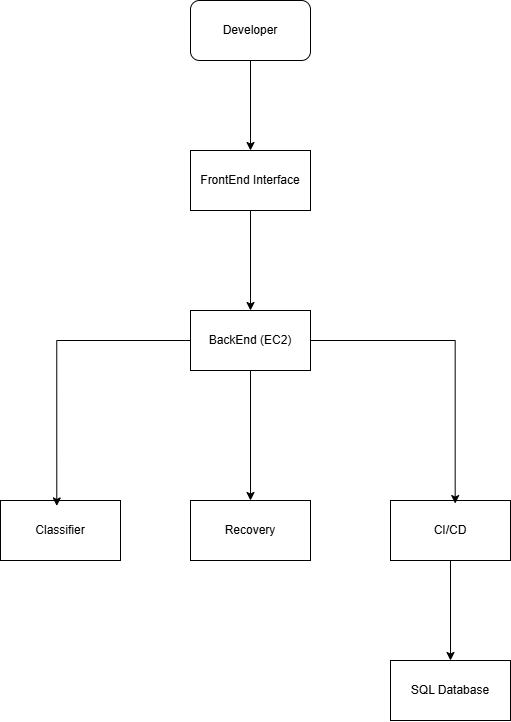
Above: Interaction_Diagram.png in Deepu2503S/-Resilient_CI---CI-CD-Pipeline-Automation-with-Intelligent-Failure-Recovery- (draw.io), before the change. Source tidied: cells renumbered, new cells last; positions are measured from the earlier drawing's top-left corner, leaving out a move shared by most shapes. The source it was exported from:
```xml
<mxGraphModel>
  <root>
    <mxCell id="0" />
    <mxCell id="1" parent="0" />
    <mxCell id="2" style="edgeStyle=orthogonalEdgeStyle;rounded=0;jettySize=auto;html=1;entryX=0.5;entryY=0;entryDx=0;entryDy=0;" parent="1" edge="1" source="3" target="5">
      <mxGeometry relative="1" as="geometry" />
    </mxCell>
    <mxCell id="3" value="Developer" style="rounded=1;whiteSpace=wrap;html=1;" parent="1" vertex="1">
      <mxGeometry x="190" width="120" height="60" as="geometry" />
    </mxCell>
    <mxCell id="4" style="edgeStyle=orthogonalEdgeStyle;rounded=0;jettySize=auto;html=1;" parent="1" edge="1" source="5" target="7">
      <mxGeometry relative="1" as="geometry" />
    </mxCell>
    <mxCell id="5" value="FrontEnd Interface" style="rounded=0;whiteSpace=wrap;html=1;" parent="1" vertex="1">
      <mxGeometry x="190" y="150" width="120" height="60" as="geometry" />
    </mxCell>
    <mxCell id="6" style="edgeStyle=orthogonalEdgeStyle;rounded=0;jettySize=auto;html=1;entryX=0.5;entryY=0;entryDx=0;entryDy=0;" parent="1" edge="1" source="7" target="11">
      <mxGeometry relative="1" as="geometry" />
    </mxCell>
    <mxCell id="7" value="BackEnd (EC2)" style="rounded=0;whiteSpace=wrap;html=1;" parent="1" vertex="1">
      <mxGeometry x="190" y="310" width="120" height="60" as="geometry" />
    </mxCell>
    <mxCell id="8" style="edgeStyle=orthogonalEdgeStyle;rounded=0;jettySize=auto;html=1;entryX=0.5;entryY=0;entryDx=0;entryDy=0;" parent="1" edge="1" source="9" target="12">
      <mxGeometry relative="1" as="geometry" />
    </mxCell>
    <mxCell id="9" value="CI/CD" style="rounded=0;whiteSpace=wrap;html=1;" parent="1" vertex="1">
      <mxGeometry x="390" y="500" width="120" height="60" as="geometry" />
    </mxCell>
    <mxCell id="10" value="Classifier" style="rounded=0;whiteSpace=wrap;html=1;" parent="1" vertex="1">
      <mxGeometry y="500" width="120" height="60" as="geometry" />
    </mxCell>
    <mxCell id="11" value="Recovery" style="rounded=0;whiteSpace=wrap;html=1;" parent="1" vertex="1">
      <mxGeometry x="190" y="500" width="120" height="60" as="geometry" />
    </mxCell>
    <mxCell id="12" value="SQL Database" style="rounded=0;whiteSpace=wrap;html=1;" parent="1" vertex="1">
      <mxGeometry x="390" y="660" width="120" height="60" as="geometry" />
    </mxCell>
    <mxCell id="13" style="edgeStyle=orthogonalEdgeStyle;rounded=0;jettySize=auto;html=1;entryX=0.469;entryY=0.091;entryDx=0;entryDy=0;entryPerimeter=0;" parent="1" edge="1" source="7" target="10">
      <mxGeometry relative="1" as="geometry" />
    </mxCell>
    <mxCell id="14" style="edgeStyle=orthogonalEdgeStyle;rounded=0;jettySize=auto;html=1;entryX=0.539;entryY=0.051;entryDx=0;entryDy=0;entryPerimeter=0;" parent="1" edge="1" source="7" target="9">
      <mxGeometry relative="1" as="geometry" />
    </mxCell>
  </root>
</mxGraphModel>
```
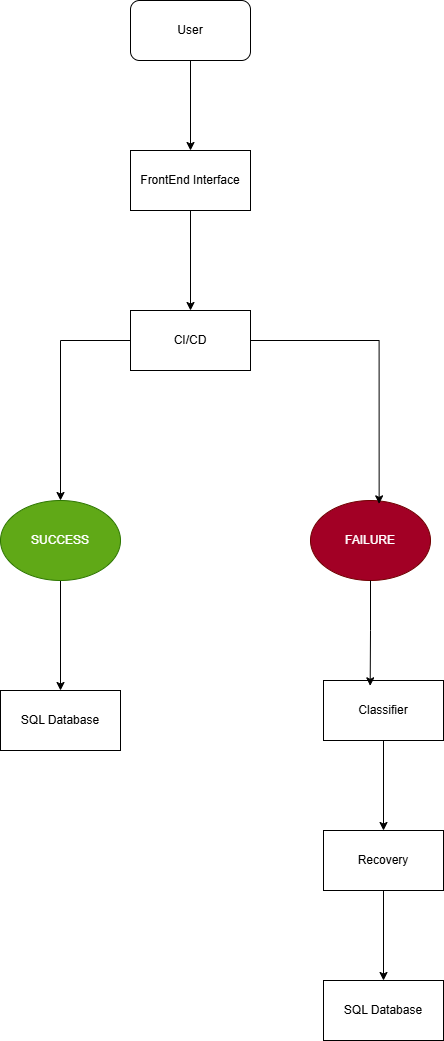
After the commit.

Commit message:
Interaction Diagram altered

The edit, as a diff of the source:
```diff
@@ -5,7 +5,7 @@
     <mxCell id="2" style="edgeStyle=orthogonalEdgeStyle;rounded=0;jettySize=auto;html=1;entryX=0.5;entryY=0;entryDx=0;entryDy=0;" parent="1" edge="1" source="3" target="5">
       <mxGeometry relative="1" as="geometry" />
     </mxCell>
-    <mxCell id="3" value="Developer" style="rounded=1;whiteSpace=wrap;html=1;" parent="1" vertex="1">
+    <mxCell id="3" value="User" style="rounded=1;whiteSpace=wrap;html=1;" parent="1" vertex="1">
       <mxGeometry x="190" width="120" height="60" as="geometry" />
     </mxCell>
     <mxCell id="4" style="edgeStyle=orthogonalEdgeStyle;rounded=0;jettySize=auto;html=1;" parent="1" edge="1" source="5" target="7">
@@ -14,32 +14,44 @@
     <mxCell id="5" value="FrontEnd Interface" style="rounded=0;whiteSpace=wrap;html=1;" parent="1" vertex="1">
       <mxGeometry x="190" y="150" width="120" height="60" as="geometry" />
     </mxCell>
-    <mxCell id="6" style="edgeStyle=orthogonalEdgeStyle;rounded=0;jettySize=auto;html=1;entryX=0.5;entryY=0;entryDx=0;entryDy=0;" parent="1" edge="1" source="7" target="11">
-      <mxGeometry relative="1" as="geometry" />
-    </mxCell>
+    <mxCell id="15" style="edgeStyle=orthogonalEdgeStyle;rounded=0;jettySize=auto;html=1;entryX=0.5;entryY=0;entryDx=0;entryDy=0;" parent="1" edge="1" source="7" target="19">
+      <mxGeometry relative="1" as="geometry" />
+    </mxCell>
-    <mxCell id="7" value="BackEnd (EC2)" style="rounded=0;whiteSpace=wrap;html=1;" parent="1" vertex="1">
+    <mxCell id="7" value="CI/CD" style="rounded=0;whiteSpace=wrap;html=1;" parent="1" vertex="1">
       <mxGeometry x="190" y="310" width="120" height="60" as="geometry" />
     </mxCell>
-    <mxCell id="8" style="edgeStyle=orthogonalEdgeStyle;rounded=0;jettySize=auto;html=1;entryX=0.5;entryY=0;entryDx=0;entryDy=0;" parent="1" edge="1" source="9" target="12">
-      <mxGeometry relative="1" as="geometry" />
-    </mxCell>
-    <mxCell id="9" value="CI/CD" style="rounded=0;whiteSpace=wrap;html=1;" parent="1" vertex="1">
-      <mxGeometry x="390" y="500" width="120" height="60" as="geometry" />
-    </mxCell>
+    <mxCell id="16" style="edgeStyle=orthogonalEdgeStyle;rounded=0;jettySize=auto;html=1;" parent="1" edge="1" source="10" target="11">
+      <mxGeometry relative="1" as="geometry" />
+    </mxCell>
     <mxCell id="10" value="Classifier" style="rounded=0;whiteSpace=wrap;html=1;" parent="1" vertex="1">
-      <mxGeometry y="500" width="120" height="60" as="geometry" />
+      <mxGeometry x="383" y="680" width="120" height="60" as="geometry" />
     </mxCell>
+    <mxCell id="17" style="edgeStyle=orthogonalEdgeStyle;rounded=0;jettySize=auto;html=1;entryX=0.5;entryY=0;entryDx=0;entryDy=0;" parent="1" edge="1" source="11" target="22">
+      <mxGeometry relative="1" as="geometry" />
+    </mxCell>
     <mxCell id="11" value="Recovery" style="rounded=0;whiteSpace=wrap;html=1;" parent="1" vertex="1">
-      <mxGeometry x="190" y="500" width="120" height="60" as="geometry" />
+      <mxGeometry x="383" y="830" width="120" height="60" as="geometry" />
     </mxCell>
     <mxCell id="12" value="SQL Database" style="rounded=0;whiteSpace=wrap;html=1;" parent="1" vertex="1">
-      <mxGeometry x="390" y="660" width="120" height="60" as="geometry" />
+      <mxGeometry x="60" y="690" width="120" height="60" as="geometry" />
     </mxCell>
-    <mxCell id="13" style="edgeStyle=orthogonalEdgeStyle;rounded=0;jettySize=auto;html=1;entryX=0.469;entryY=0.091;entryDx=0;entryDy=0;entryPerimeter=0;" parent="1" edge="1" source="7" target="10">
-      <mxGeometry relative="1" as="geometry" />
-    </mxCell>
-    <mxCell id="14" style="edgeStyle=orthogonalEdgeStyle;rounded=0;jettySize=auto;html=1;entryX=0.539;entryY=0.051;entryDx=0;entryDy=0;entryPerimeter=0;" parent="1" edge="1" source="7" target="9">
-      <mxGeometry relative="1" as="geometry" />
-    </mxCell>
+    <mxCell id="18" style="edgeStyle=orthogonalEdgeStyle;rounded=0;jettySize=auto;html=1;" parent="1" edge="1" source="19" target="12">
+      <mxGeometry relative="1" as="geometry" />
+    </mxCell>
+    <mxCell id="19" value="SUCCESS" style="ellipse;whiteSpace=wrap;html=1;fillColor=#60a917;fontColor=#ffffff;strokeColor=#2D7600;" parent="1" vertex="1">
+      <mxGeometry x="60" y="500" width="120" height="80" as="geometry" />
+    </mxCell>
+    <mxCell id="20" value="FAILURE" style="ellipse;whiteSpace=wrap;html=1;fillColor=light-dark(#A20025, #980628);fontColor=#ffffff;strokeColor=#6F0000;" parent="1" vertex="1">
+      <mxGeometry x="370" y="500" width="120" height="80" as="geometry" />
+    </mxCell>
+    <mxCell id="21" style="edgeStyle=orthogonalEdgeStyle;rounded=0;jettySize=auto;html=1;entryX=0.572;entryY=0.042;entryDx=0;entryDy=0;entryPerimeter=0;" parent="1" edge="1" source="7" target="20">
+      <mxGeometry relative="1" as="geometry" />
+    </mxCell>
+    <mxCell id="22" value="SQL Database" style="rounded=0;whiteSpace=wrap;html=1;" parent="1" vertex="1">
+      <mxGeometry x="383" y="980" width="120" height="60" as="geometry" />
+    </mxCell>
+    <mxCell id="23" style="edgeStyle=orthogonalEdgeStyle;rounded=0;jettySize=auto;html=1;entryX=0.389;entryY=0.089;entryDx=0;entryDy=0;entryPerimeter=0;" parent="1" edge="1" source="20" target="10">
+      <mxGeometry relative="1" as="geometry" />
+    </mxCell>
   </root>
 </mxGraphModel>
```
